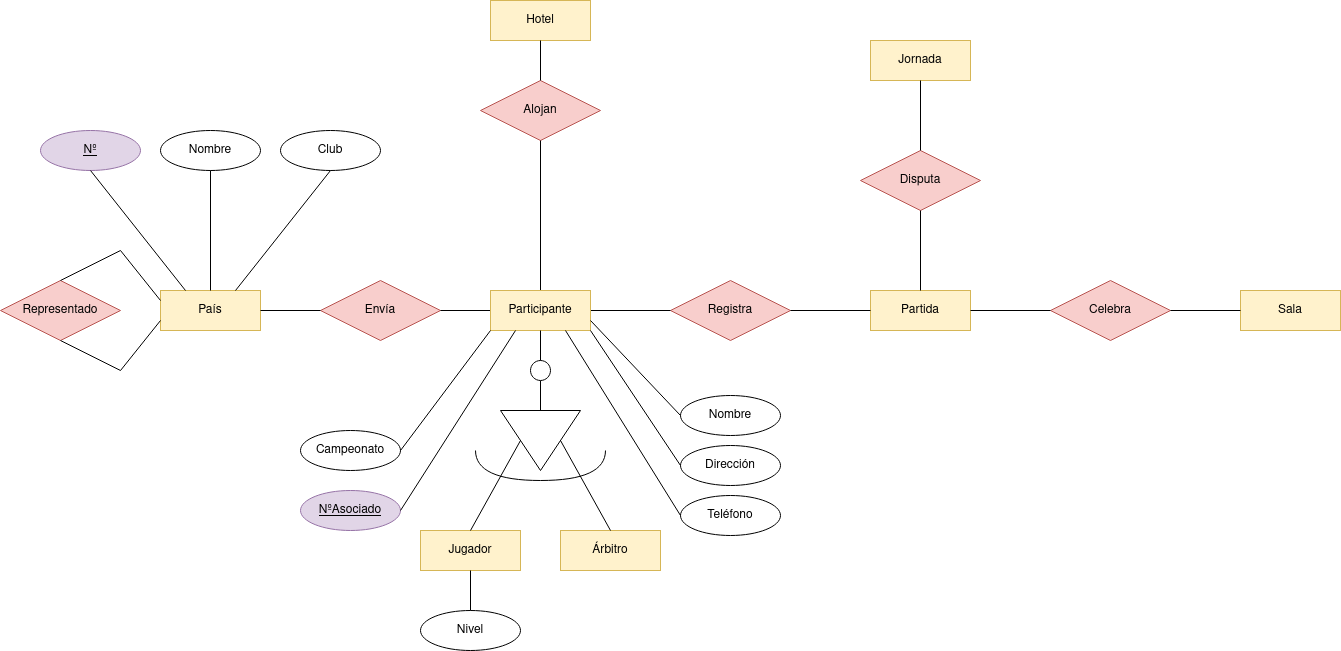
Before: TAREAS/Tareas clase/E-R/E-R Campeonato del mundo ajedrez.drawio.png, a diagram exported from draw.io (samugd17/base-datos-bae-). Source tidied: cells renumbered, new cells last; positions are measured from the earlier drawing's top-left corner, leaving out a move shared by most shapes.
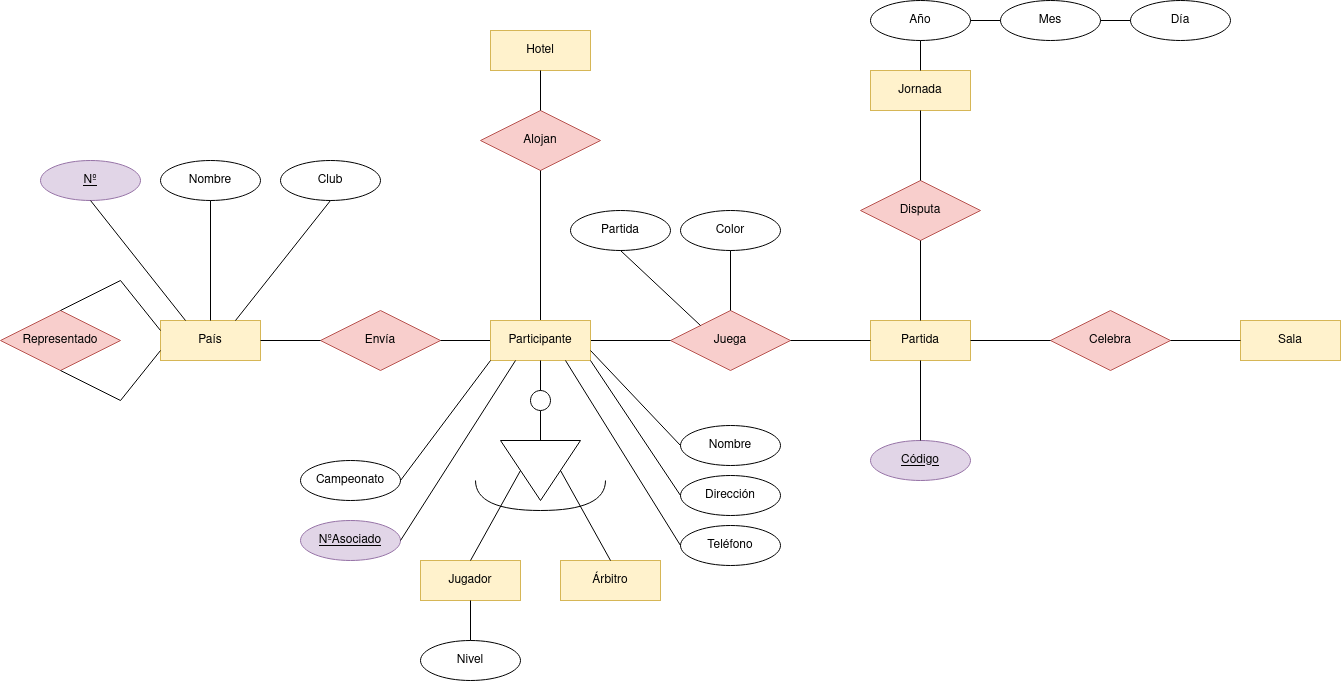
Above is the later version.

The edit, as a diff of the source:
```diff
@@ -55,7 +55,7 @@
     <mxCell id="16" value="Disputa" style="shape=rhombus;perimeter=rhombusPerimeter;whiteSpace=wrap;html=1;align=center;fillColor=#f8cecc;strokeColor=#b85450;" parent="1" vertex="1">
       <mxGeometry x="860" y="150" width="120" height="60" as="geometry" />
     </mxCell>
-    <mxCell id="17" value="Registra" style="shape=rhombus;perimeter=rhombusPerimeter;whiteSpace=wrap;html=1;align=center;fillColor=#f8cecc;strokeColor=#b85450;" parent="1" vertex="1">
+    <mxCell id="17" value="Juega" style="shape=rhombus;perimeter=rhombusPerimeter;whiteSpace=wrap;html=1;align=center;fillColor=#f8cecc;strokeColor=#b85450;" parent="1" vertex="1">
       <mxGeometry x="670" y="280" width="120" height="60" as="geometry" />
     </mxCell>
     <mxCell id="18" style="endArrow=none;html=1;rounded=0;exitX=0.5;exitY=0;exitDx=0;exitDy=0;entryX=0.5;entryY=0;entryDx=0;entryDy=0;" parent="1" edge="1" source="9" target="3">
@@ -163,5 +163,41 @@
     <mxCell id="52" style="endArrow=none;html=1;rounded=0;exitX=0.5;exitY=1;exitDx=0;exitDy=0;entryX=0.5;entryY=0;entryDx=0;entryDy=0;" parent="1" edge="1" source="47" target="4">
       <mxGeometry relative="1" as="geometry" />
     </mxCell>
+    <mxCell id="53" value="Código" style="ellipse;whiteSpace=wrap;html=1;align=center;fontStyle=4;fillColor=#e1d5e7;strokeColor=#9673a6;" parent="1" vertex="1">
+      <mxGeometry x="870" y="410" width="100" height="40" as="geometry" />
+    </mxCell>
+    <mxCell id="54" style="endArrow=none;html=1;rounded=0;exitX=0.5;exitY=0;exitDx=0;exitDy=0;entryX=0.5;entryY=1;entryDx=0;entryDy=0;" parent="1" edge="1" source="53" target="5">
+      <mxGeometry relative="1" as="geometry" />
+    </mxCell>
+    <mxCell id="55" value="Color" style="ellipse;whiteSpace=wrap;html=1;align=center;" parent="1" vertex="1">
+      <mxGeometry x="680" y="180" width="100" height="40" as="geometry" />
+    </mxCell>
+    <mxCell id="56" style="endArrow=none;html=1;rounded=0;exitX=0.5;exitY=1;exitDx=0;exitDy=0;entryX=0.5;entryY=0;entryDx=0;entryDy=0;" parent="1" edge="1" source="55" target="17">
+      <mxGeometry relative="1" as="geometry" />
+    </mxCell>
+    <mxCell id="57" value="Partida" style="ellipse;whiteSpace=wrap;html=1;align=center;" parent="1" vertex="1">
+      <mxGeometry x="570" y="180" width="100" height="40" as="geometry" />
+    </mxCell>
+    <mxCell id="58" style="endArrow=none;html=1;rounded=0;exitX=0.5;exitY=1;exitDx=0;exitDy=0;entryX=0;entryY=0;entryDx=0;entryDy=0;" parent="1" edge="1" source="57" target="17">
+      <mxGeometry relative="1" as="geometry" />
+    </mxCell>
+    <mxCell id="59" value="Año" style="ellipse;whiteSpace=wrap;html=1;align=center;" parent="1" vertex="1">
+      <mxGeometry x="870" y="-30" width="100" height="40" as="geometry" />
+    </mxCell>
+    <mxCell id="60" value="Mes" style="ellipse;whiteSpace=wrap;html=1;align=center;" parent="1" vertex="1">
+      <mxGeometry x="1000" y="-30" width="100" height="40" as="geometry" />
+    </mxCell>
+    <mxCell id="61" value="Día" style="ellipse;whiteSpace=wrap;html=1;align=center;" parent="1" vertex="1">
+      <mxGeometry x="1130" y="-30" width="100" height="40" as="geometry" />
+    </mxCell>
+    <mxCell id="62" style="endArrow=none;html=1;rounded=0;entryX=1;entryY=0.5;entryDx=0;entryDy=0;exitX=0;exitY=0.5;exitDx=0;exitDy=0;" parent="1" edge="1" source="61" target="60">
+      <mxGeometry relative="1" as="geometry" />
+    </mxCell>
+    <mxCell id="63" style="endArrow=none;html=1;rounded=0;entryX=1;entryY=0.5;entryDx=0;entryDy=0;exitX=0;exitY=0.5;exitDx=0;exitDy=0;" parent="1" edge="1" source="60" target="59">
+      <mxGeometry relative="1" as="geometry" />
+    </mxCell>
+    <mxCell id="64" style="endArrow=none;html=1;rounded=0;entryX=0.5;entryY=0;entryDx=0;entryDy=0;exitX=0.5;exitY=1;exitDx=0;exitDy=0;" parent="1" edge="1" source="59" target="15">
+      <mxGeometry relative="1" as="geometry" />
+    </mxCell>
   </root>
 </mxGraphModel>
```
